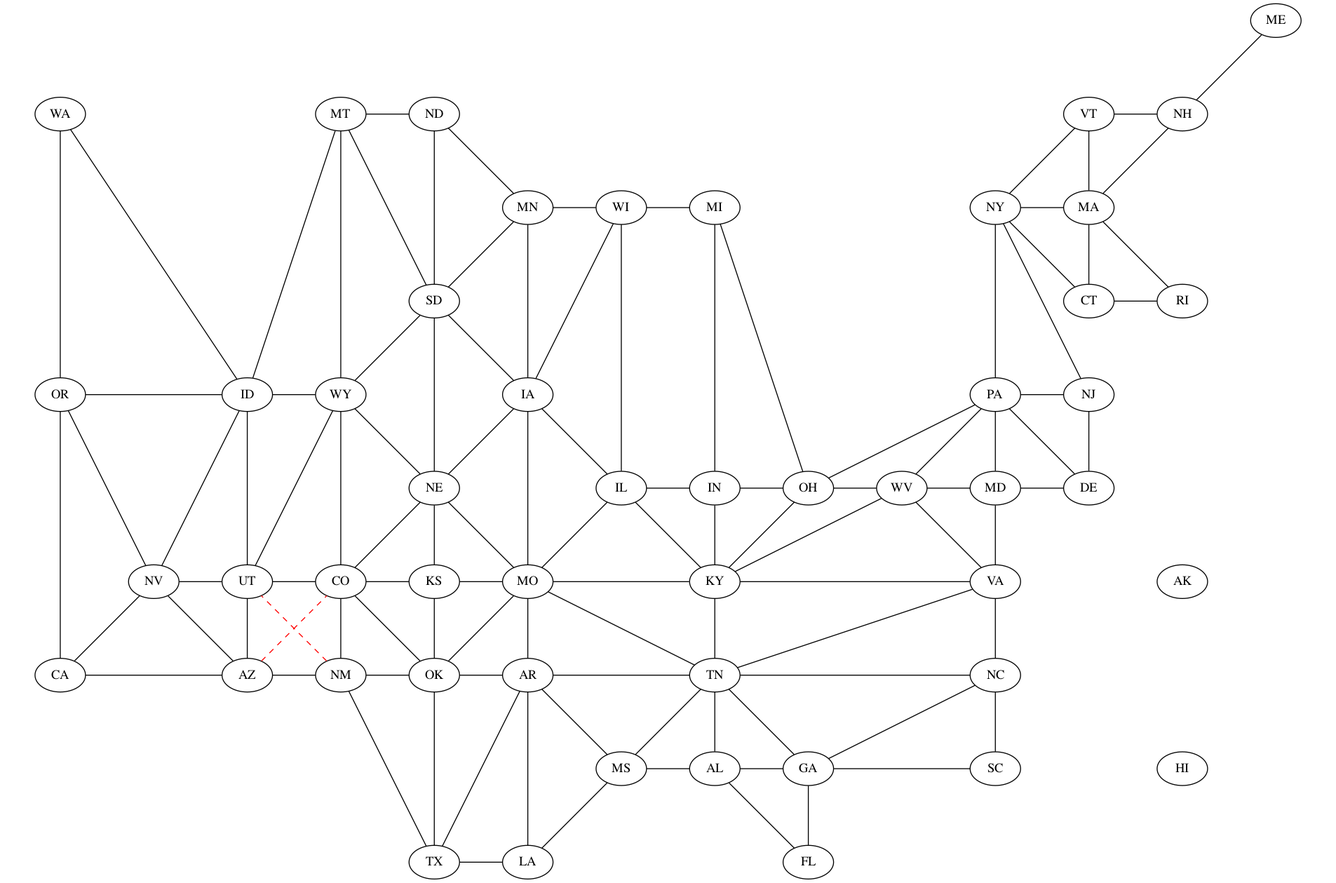
jaycoskey/DataVisualization keeps this Graphviz diagram as states_planned.png. Above is the earlier version. Its source is kept beside it as states_planned.dot. Source of this version:
```dot
strict graph States {

  subgraph cluster_1  {
    style=invis
    dummy_1_1 [pos="100.0,100.0" style=invis]
    dummy_1_2 [pos="100.0,200.0" style=invis]
    CA [pos="100.0,300.0" ]
    dummy_1_4 [pos="100.0,400.0" style=invis]
    dummy_1_5 [pos="100.0,500.0" style=invis]
    OR [pos="100.0,600.0" ]
    dummy_1_7 [pos="100.0,700.0" style=invis]
    dummy_1_8 [pos="100.0,800.0" style=invis]
    WA [pos="100.0,900.0" ]
    dummy_1_10 [pos="100.0,1000.0" style=invis]
  }
  subgraph cluster_2  {
    style=invis
    dummy_2_1 [pos="200.0,100.0" style=invis]
    dummy_2_2 [pos="200.0,200.0" style=invis]
    dummy_2_3 [pos="200.0,300.0" style=invis]
    NV [pos="200.0,400.0" ]
    dummy_2_5 [pos="200.0,500.0" style=invis]
    dummy_2_6 [pos="200.0,600.0" style=invis]
    dummy_2_7 [pos="200.0,700.0" style=invis]
    dummy_2_8 [pos="200.0,800.0" style=invis]
    dummy_2_9 [pos="200.0,900.0" style=invis]
    dummy_2_10 [pos="200.0,1000.0" style=invis]
  }
  subgraph cluster_3  {
    style=invis
    dummy_3_1 [pos="300.0,100.0" style=invis]
    dummy_3_2 [pos="300.0,200.0" style=invis]
    AZ [pos="300.0,300.0" ]
    UT [pos="300.0,400.0" ]
    dummy_3_5 [pos="300.0,500.0" style=invis]
    ID [pos="300.0,600.0" ]
    dummy_3_7 [pos="300.0,700.0" style=invis]
    dummy_3_8 [pos="300.0,800.0" style=invis]
    dummy_3_9 [pos="300.0,900.0" style=invis]
    dummy_3_10 [pos="300.0,1000.0" style=invis]
  }
  subgraph cluster_4  {
    style=invis
    dummy_4_1 [pos="400.0,100.0" style=invis]
    dummy_4_2 [pos="400.0,200.0" style=invis]
    NM [pos="400.0,300.0" ]
    CO [pos="400.0,400.0" ]
    dummy_4_5 [pos="400.0,500.0" style=invis]
    WY [pos="400.0,600.0" ]
    dummy_4_7 [pos="400.0,700.0" style=invis]
    dummy_4_8 [pos="400.0,800.0" style=invis]
    MT [pos="400.0,900.0" ]
    dummy_4_10 [pos="400.0,1000.0" style=invis]
  }
  subgraph cluster_5  {
    style=invis
    TX [pos="500.0,100.0" ]
    dummy_5_2 [pos="500.0,200.0" style=invis]
    OK [pos="500.0,300.0" ]
    KS [pos="500.0,400.0" ]
    NE [pos="500.0,500.0" ]
    dummy_5_6 [pos="500.0,600.0" style=invis]
    SD [pos="500.0,700.0" ]
    dummy_5_8 [pos="500.0,800.0" style=invis]
    ND [pos="500.0,900.0" ]
    dummy_5_10 [pos="500.0,1000.0" style=invis]
  }
  subgraph cluster_6  {
    style=invis
    LA [pos="600.0,100.0" ]
    dummy_6_2 [pos="600.0,200.0" style=invis]
    AR [pos="600.0,300.0" ]
    MO [pos="600.0,400.0" ]
    dummy_6_5 [pos="600.0,500.0" style=invis]
    IA [pos="600.0,600.0" ]
    dummy_6_7 [pos="600.0,700.0" style=invis]
    MN [pos="600.0,800.0" ]
    dummy_6_9 [pos="600.0,900.0" style=invis]
    dummy_6_10 [pos="600.0,1000.0" style=invis]
  }
  subgraph cluster_7  {
    style=invis
    dummy_7_1 [pos="700.0,100.0" style=invis]
    MS [pos="700.0,200.0" ]
    dummy_7_3 [pos="700.0,300.0" style=invis]
    dummy_7_4 [pos="700.0,400.0" style=invis]
    IL [pos="700.0,500.0" ]
    dummy_7_6 [pos="700.0,600.0" style=invis]
    dummy_7_7 [pos="700.0,700.0" style=invis]
    WI [pos="700.0,800.0" ]
    dummy_7_9 [pos="700.0,900.0" style=invis]
    dummy_7_10 [pos="700.0,1000.0" style=invis]
  }
  subgraph cluster_8  {
    style=invis
    dummy_8_1 [pos="800.0,100.0" style=invis]
    AL [pos="800.0,200.0" ]
    TN [pos="800.0,300.0" ]
    KY [pos="800.0,400.0" ]
    IN [pos="800.0,500.0" ]
    dummy_8_6 [pos="800.0,600.0" style=invis]
    dummy_8_7 [pos="800.0,700.0" style=invis]
    MI [pos="800.0,800.0" ]
    dummy_8_9 [pos="800.0,900.0" style=invis]
    dummy_8_10 [pos="800.0,1000.0" style=invis]
  }
  subgraph cluster_9  {
    style=invis
    FL [pos="900.0,100.0" ]
    GA [pos="900.0,200.0" ]
    dummy_9_3 [pos="900.0,300.0" style=invis]
    dummy_9_4 [pos="900.0,400.0" style=invis]
    OH [pos="900.0,500.0" ]
    dummy_9_6 [pos="900.0,600.0" style=invis]
    dummy_9_7 [pos="900.0,700.0" style=invis]
    dummy_9_8 [pos="900.0,800.0" style=invis]
    dummy_9_9 [pos="900.0,900.0" style=invis]
    dummy_9_10 [pos="900.0,1000.0" style=invis]
  }
  subgraph cluster_10  {
    style=invis
    dummy_10_1 [pos="1000.0,100.0" style=invis]
    dummy_10_2 [pos="1000.0,200.0" style=invis]
    dummy_10_3 [pos="1000.0,300.0" style=invis]
    dummy_10_4 [pos="1000.0,400.0" style=invis]
    WV [pos="1000.0,500.0" ]
    dummy_10_6 [pos="1000.0,600.0" style=invis]
    dummy_10_7 [pos="1000.0,700.0" style=invis]
    dummy_10_8 [pos="1000.0,800.0" style=invis]
    dummy_10_9 [pos="1000.0,900.0" style=invis]
    dummy_10_10 [pos="1000.0,1000.0" style=invis]
  }
  subgraph cluster_11  {
    style=invis
    dummy_11_1 [pos="1100.0,100.0" style=invis]
    SC [pos="1100.0,200.0" ]
    NC [pos="1100.0,300.0" ]
    VA [pos="1100.0,400.0" ]
    MD [pos="1100.0,500.0" ]
    PA [pos="1100.0,600.0" ]
    dummy_11_7 [pos="1100.0,700.0" style=invis]
    NY [pos="1100.0,800.0" ]
    dummy_11_9 [pos="1100.0,900.0" style=invis]
    dummy_11_10 [pos="1100.0,1000.0" style=invis]
  }
  subgraph cluster_12  {
    style=invis
    dummy_12_1 [pos="1200.0,100.0" style=invis]
    dummy_12_2 [pos="1200.0,200.0" style=invis]
    dummy_12_3 [pos="1200.0,300.0" style=invis]
    dummy_12_4 [pos="1200.0,400.0" style=invis]
    DE [pos="1200.0,500.0" ]
    NJ [pos="1200.0,600.0" ]
    CT [pos="1200.0,700.0" ]
    MA [pos="1200.0,800.0" ]
    VT [pos="1200.0,900.0" ]
    dummy_12_10 [pos="1200.0,1000.0" style=invis]
  }
  subgraph cluster_13  {
    style=invis
    dummy_13_1 [pos="1300.0,100.0" style=invis]
    HI [pos="1300.0,200.0" ]
    dummy_13_3 [pos="1300.0,300.0" style=invis]
    AK [pos="1300.0,400.0" ]
    dummy_13_5 [pos="1300.0,500.0" style=invis]
    dummy_13_6 [pos="1300.0,600.0" style=invis]
    RI [pos="1300.0,700.0" ]
    dummy_13_8 [pos="1300.0,800.0" style=invis]
    NH [pos="1300.0,900.0" ]
    dummy_13_10 [pos="1300.0,1000.0" style=invis]
  }
  subgraph cluster_14  {
    style=invis
    dummy_14_1 [pos="1400.0,100.0" style=invis]
    dummy_14_2 [pos="1400.0,200.0" style=invis]
    dummy_14_3 [pos="1400.0,300.0" style=invis]
    dummy_14_4 [pos="1400.0,400.0" style=invis]
    dummy_14_5 [pos="1400.0,500.0" style=invis]
    dummy_14_6 [pos="1400.0,600.0" style=invis]
    dummy_14_7 [pos="1400.0,700.0" style=invis]
    dummy_14_8 [pos="1400.0,800.0" style=invis]
    dummy_14_9 [pos="1400.0,900.0" style=invis]
    ME [pos="1400.0,1000.0" ]
  }

  AL -- FL [ ]
  AL -- GA [ ]
  AL -- MS [ ]
  AL -- TN [ ]
  AR -- LA [ ]
  AR -- MO [ ]
  AR -- MS [ ]
  AR -- OK [ ]
  AR -- TN [ ]
  AR -- TX [ ]
  AZ -- CA [ ]
  AZ -- CO [color=red style=dashed]
  AZ -- NM [ ]
  AZ -- NV [ ]
  AZ -- UT [ ]
  CA -- NV [ ]
  CA -- OR [ ]
  CO -- KS [ ]
  CO -- NE [ ]
  CO -- NM [ ]
  CO -- OK [ ]
  CO -- UT [ ]
  CO -- WY [ ]
  CT -- MA [ ]
  CT -- NY [ ]
  CT -- RI [ ]
  DE -- MD [ ]
  DE -- NJ [ ]
  DE -- PA [ ]
  FL -- GA [ ]
  GA -- NC [ ]
  GA -- SC [ ]
  GA -- TN [ ]
  IA -- IL [ ]
  IA -- MN [ ]
  IA -- MO [ ]
  IA -- NE [ ]
  IA -- SD [ ]
  IA -- WI [ ]
  ID -- MT [ ]
  ID -- NV [ ]
  ID -- OR [ ]
  ID -- UT [ ]
  ID -- WA [ ]
  ID -- WY [ ]
  IL -- IN [ ]
  IL -- KY [ ]
  IL -- MO [ ]
  IL -- WI [ ]
  IN -- KY [ ]
  IN -- MI [ ]
  IN -- OH [ ]
  KS -- MO [ ]
  KS -- NE [ ]
  KS -- OK [ ]
  KY -- MO [ ]
  KY -- OH [ ]
  KY -- TN [ ]
  KY -- VA [ ]
  KY -- WV [ ]
  LA -- MS [ ]
  LA -- TX [ ]
  MA -- NH [ ]
  MA -- NY [ ]
  MA -- RI [ ]
  MA -- VT [ ]
  MD -- PA [ ]
  MD -- VA [ ]
  MD -- WV [ ]
  ME -- NH [ ]
  MI -- OH [ ]
  MI -- WI [ ]
  MN -- ND [ ]
  MN -- SD [ ]
  MN -- WI [ ]
  MO -- NE [ ]
  MO -- OK [ ]
  MO -- TN [ ]
  MS -- TN [ ]
  MT -- ND [ ]
  MT -- SD [ ]
  MT -- WY [ ]
  NC -- SC [ ]
  NC -- TN [ ]
  NC -- VA [ ]
  ND -- SD [ ]
  NE -- SD [ ]
  NE -- WY [ ]
  NH -- VT [ ]
  NJ -- NY [ ]
  NJ -- PA [ ]
  NM -- OK [ ]
  NM -- TX [ ]
  NM -- UT [color=red style=dashed]
  NV -- OR [ ]
  NV -- UT [ ]
  NY -- PA [ ]
  NY -- VT [ ]
  OH -- PA [ ]
  OH -- WV [ ]
  OK -- TX [ ]
  OR -- WA [ ]
  PA -- WV [ ]
  SD -- WY [ ]
  TN -- VA [ ]
  UT -- WY [ ]
  VA -- WV [ ]
}
```
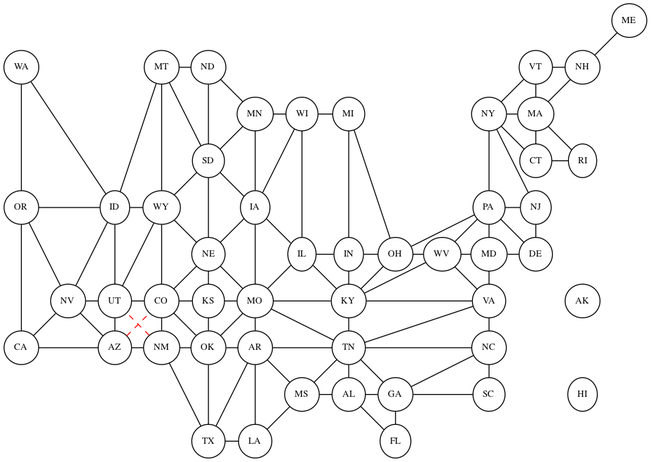
After the commit.

Diff of the diagram source:
```diff
@@ -1,186 +1,57 @@
 strict graph States {
 
-  subgraph cluster_1  {
-    style=invis
-    dummy_1_1 [pos="100.0,100.0" style=invis]
-    dummy_1_2 [pos="100.0,200.0" style=invis]
-    CA [pos="100.0,300.0" ]
-    dummy_1_4 [pos="100.0,400.0" style=invis]
-    dummy_1_5 [pos="100.0,500.0" style=invis]
-    OR [pos="100.0,600.0" ]
-    dummy_1_7 [pos="100.0,700.0" style=invis]
-    dummy_1_8 [pos="100.0,800.0" style=invis]
-    WA [pos="100.0,900.0" ]
-    dummy_1_10 [pos="100.0,1000.0" style=invis]
-  }
-  subgraph cluster_2  {
-    style=invis
-    dummy_2_1 [pos="200.0,100.0" style=invis]
-    dummy_2_2 [pos="200.0,200.0" style=invis]
-    dummy_2_3 [pos="200.0,300.0" style=invis]
-    NV [pos="200.0,400.0" ]
-    dummy_2_5 [pos="200.0,500.0" style=invis]
-    dummy_2_6 [pos="200.0,600.0" style=invis]
-    dummy_2_7 [pos="200.0,700.0" style=invis]
-    dummy_2_8 [pos="200.0,800.0" style=invis]
-    dummy_2_9 [pos="200.0,900.0" style=invis]
-    dummy_2_10 [pos="200.0,1000.0" style=invis]
-  }
-  subgraph cluster_3  {
-    style=invis
-    dummy_3_1 [pos="300.0,100.0" style=invis]
-    dummy_3_2 [pos="300.0,200.0" style=invis]
-    AZ [pos="300.0,300.0" ]
-    UT [pos="300.0,400.0" ]
-    dummy_3_5 [pos="300.0,500.0" style=invis]
-    ID [pos="300.0,600.0" ]
-    dummy_3_7 [pos="300.0,700.0" style=invis]
-    dummy_3_8 [pos="300.0,800.0" style=invis]
-    dummy_3_9 [pos="300.0,900.0" style=invis]
-    dummy_3_10 [pos="300.0,1000.0" style=invis]
-  }
-  subgraph cluster_4  {
-    style=invis
-    dummy_4_1 [pos="400.0,100.0" style=invis]
-    dummy_4_2 [pos="400.0,200.0" style=invis]
-    NM [pos="400.0,300.0" ]
-    CO [pos="400.0,400.0" ]
-    dummy_4_5 [pos="400.0,500.0" style=invis]
-    WY [pos="400.0,600.0" ]
-    dummy_4_7 [pos="400.0,700.0" style=invis]
-    dummy_4_8 [pos="400.0,800.0" style=invis]
-    MT [pos="400.0,900.0" ]
-    dummy_4_10 [pos="400.0,1000.0" style=invis]
-  }
-  subgraph cluster_5  {
-    style=invis
-    TX [pos="500.0,100.0" ]
-    dummy_5_2 [pos="500.0,200.0" style=invis]
-    OK [pos="500.0,300.0" ]
-    KS [pos="500.0,400.0" ]
-    NE [pos="500.0,500.0" ]
-    dummy_5_6 [pos="500.0,600.0" style=invis]
-    SD [pos="500.0,700.0" ]
-    dummy_5_8 [pos="500.0,800.0" style=invis]
-    ND [pos="500.0,900.0" ]
-    dummy_5_10 [pos="500.0,1000.0" style=invis]
-  }
-  subgraph cluster_6  {
-    style=invis
-    LA [pos="600.0,100.0" ]
-    dummy_6_2 [pos="600.0,200.0" style=invis]
-    AR [pos="600.0,300.0" ]
-    MO [pos="600.0,400.0" ]
-    dummy_6_5 [pos="600.0,500.0" style=invis]
-    IA [pos="600.0,600.0" ]
-    dummy_6_7 [pos="600.0,700.0" style=invis]
-    MN [pos="600.0,800.0" ]
-    dummy_6_9 [pos="600.0,900.0" style=invis]
-    dummy_6_10 [pos="600.0,1000.0" style=invis]
-  }
-  subgraph cluster_7  {
-    style=invis
-    dummy_7_1 [pos="700.0,100.0" style=invis]
-    MS [pos="700.0,200.0" ]
-    dummy_7_3 [pos="700.0,300.0" style=invis]
-    dummy_7_4 [pos="700.0,400.0" style=invis]
-    IL [pos="700.0,500.0" ]
-    dummy_7_6 [pos="700.0,600.0" style=invis]
-    dummy_7_7 [pos="700.0,700.0" style=invis]
-    WI [pos="700.0,800.0" ]
-    dummy_7_9 [pos="700.0,900.0" style=invis]
-    dummy_7_10 [pos="700.0,1000.0" style=invis]
-  }
-  subgraph cluster_8  {
-    style=invis
-    dummy_8_1 [pos="800.0,100.0" style=invis]
-    AL [pos="800.0,200.0" ]
-    TN [pos="800.0,300.0" ]
-    KY [pos="800.0,400.0" ]
-    IN [pos="800.0,500.0" ]
-    dummy_8_6 [pos="800.0,600.0" style=invis]
-    dummy_8_7 [pos="800.0,700.0" style=invis]
-    MI [pos="800.0,800.0" ]
-    dummy_8_9 [pos="800.0,900.0" style=invis]
-    dummy_8_10 [pos="800.0,1000.0" style=invis]
-  }
-  subgraph cluster_9  {
-    style=invis
-    FL [pos="900.0,100.0" ]
-    GA [pos="900.0,200.0" ]
-    dummy_9_3 [pos="900.0,300.0" style=invis]
-    dummy_9_4 [pos="900.0,400.0" style=invis]
-    OH [pos="900.0,500.0" ]
-    dummy_9_6 [pos="900.0,600.0" style=invis]
-    dummy_9_7 [pos="900.0,700.0" style=invis]
-    dummy_9_8 [pos="900.0,800.0" style=invis]
-    dummy_9_9 [pos="900.0,900.0" style=invis]
-    dummy_9_10 [pos="900.0,1000.0" style=invis]
-  }
-  subgraph cluster_10  {
-    style=invis
-    dummy_10_1 [pos="1000.0,100.0" style=invis]
-    dummy_10_2 [pos="1000.0,200.0" style=invis]
-    dummy_10_3 [pos="1000.0,300.0" style=invis]
-    dummy_10_4 [pos="1000.0,400.0" style=invis]
-    WV [pos="1000.0,500.0" ]
-    dummy_10_6 [pos="1000.0,600.0" style=invis]
-    dummy_10_7 [pos="1000.0,700.0" style=invis]
-    dummy_10_8 [pos="1000.0,800.0" style=invis]
-    dummy_10_9 [pos="1000.0,900.0" style=invis]
-    dummy_10_10 [pos="1000.0,1000.0" style=invis]
-  }
-  subgraph cluster_11  {
-    style=invis
-    dummy_11_1 [pos="1100.0,100.0" style=invis]
-    SC [pos="1100.0,200.0" ]
-    NC [pos="1100.0,300.0" ]
-    VA [pos="1100.0,400.0" ]
-    MD [pos="1100.0,500.0" ]
-    PA [pos="1100.0,600.0" ]
-    dummy_11_7 [pos="1100.0,700.0" style=invis]
-    NY [pos="1100.0,800.0" ]
-    dummy_11_9 [pos="1100.0,900.0" style=invis]
-    dummy_11_10 [pos="1100.0,1000.0" style=invis]
-  }
-  subgraph cluster_12  {
-    style=invis
-    dummy_12_1 [pos="1200.0,100.0" style=invis]
-    dummy_12_2 [pos="1200.0,200.0" style=invis]
-    dummy_12_3 [pos="1200.0,300.0" style=invis]
-    dummy_12_4 [pos="1200.0,400.0" style=invis]
-    DE [pos="1200.0,500.0" ]
-    NJ [pos="1200.0,600.0" ]
-    CT [pos="1200.0,700.0" ]
-    MA [pos="1200.0,800.0" ]
-    VT [pos="1200.0,900.0" ]
-    dummy_12_10 [pos="1200.0,1000.0" style=invis]
-  }
-  subgraph cluster_13  {
-    style=invis
-    dummy_13_1 [pos="1300.0,100.0" style=invis]
-    HI [pos="1300.0,200.0" ]
-    dummy_13_3 [pos="1300.0,300.0" style=invis]
-    AK [pos="1300.0,400.0" ]
-    dummy_13_5 [pos="1300.0,500.0" style=invis]
-    dummy_13_6 [pos="1300.0,600.0" style=invis]
-    RI [pos="1300.0,700.0" ]
-    dummy_13_8 [pos="1300.0,800.0" style=invis]
-    NH [pos="1300.0,900.0" ]
-    dummy_13_10 [pos="1300.0,1000.0" style=invis]
-  }
-  subgraph cluster_14  {
-    style=invis
-    dummy_14_1 [pos="1400.0,100.0" style=invis]
-    dummy_14_2 [pos="1400.0,200.0" style=invis]
-    dummy_14_3 [pos="1400.0,300.0" style=invis]
-    dummy_14_4 [pos="1400.0,400.0" style=invis]
-    dummy_14_5 [pos="1400.0,500.0" style=invis]
-    dummy_14_6 [pos="1400.0,600.0" style=invis]
-    dummy_14_7 [pos="1400.0,700.0" style=invis]
-    dummy_14_8 [pos="1400.0,800.0" style=invis]
-    dummy_14_9 [pos="1400.0,900.0" style=invis]
-    ME [pos="1400.0,1000.0" ]
+  node [fontsize=10, width=0.3]
+  subgraph cluster_states {
+    AK [pos="650.0,200.0"]
+    AL [pos="400.0,100.0"]
+    AR [pos="300.0,150.0"]
+    AZ [pos="150.0,150.0"]
+    CA [pos="50.0,150.0"]
+    CO [pos="200.0,200.0"]
+    CT [pos="600.0,350.0"]
+    DE [pos="600.0,250.0"]
+    FL [pos="450.0,50.0"]
+    GA [pos="450.0,100.0"]
+    HI [pos="650.0,100.0"]
+    IA [pos="300.0,300.0"]
+    ID [pos="150.0,300.0"]
+    IL [pos="350.0,250.0"]
+    IN [pos="400.0,250.0"]
+    KS [pos="250.0,200.0"]
+    KY [pos="400.0,200.0"]
+    LA [pos="300.0,50.0"]
+    MA [pos="600.0,400.0"]
+    MD [pos="550.0,250.0"]
+    ME [pos="700.0,500.0"]
+    MI [pos="400.0,400.0"]
+    MN [pos="300.0,400.0"]
+    MO [pos="300.0,200.0"]
+    MS [pos="350.0,100.0"]
+    MT [pos="200.0,450.0"]
+    NC [pos="550.0,150.0"]
+    ND [pos="250.0,450.0"]
+    NE [pos="250.0,250.0"]
+    NH [pos="650.0,450.0"]
+    NJ [pos="600.0,300.0"]
+    NM [pos="200.0,150.0"]
+    NV [pos="100.0,200.0"]
+    NY [pos="550.0,400.0"]
+    OH [pos="450.0,250.0"]
+    OK [pos="250.0,150.0"]
+    OR [pos="50.0,300.0"]
+    PA [pos="550.0,300.0"]
+    RI [pos="650.0,350.0"]
+    SC [pos="550.0,100.0"]
+    SD [pos="250.0,350.0"]
+    TN [pos="400.0,150.0"]
+    TX [pos="250.0,50.0"]
+    UT [pos="150.0,200.0"]
+    VA [pos="550.0,200.0"]
+    VT [pos="600.0,450.0"]
+    WA [pos="50.0,450.0"]
+    WI [pos="350.0,400.0"]
+    WV [pos="500.0,250.0"]
+    WY [pos="200.0,300.0"]
   }
 
   AL -- FL [ ]
```
